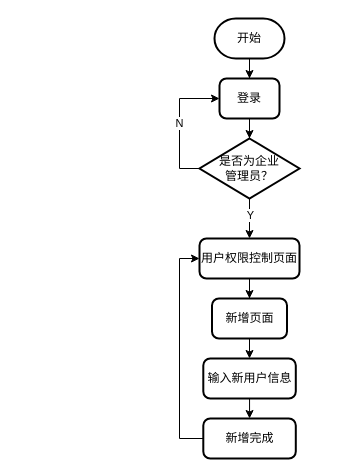
ppp-203/ppp-203 keeps this draw.io diagram as liucheng1.drawio. Above is the earlier version. Source tidied: cells renumbered, new cells numbered last; positions are measured from the earlier drawing's top-left corner, leaving out a move shared by most shapes. Both pictures are drawn from the tidied source at 100%, with x=0, y=0 at pixel (199, 18).
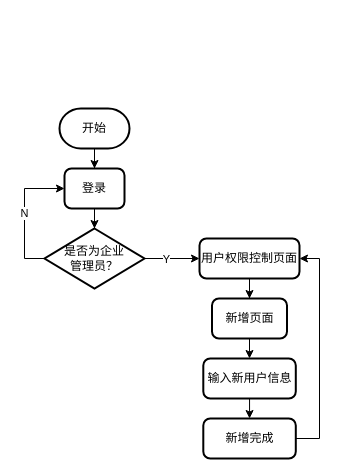
After the change.

Diff of the diagram source:
```diff
@@
 <mxGraphModel>
   <root>
     <mxCell id="0" />
     <mxCell id="1" parent="0" />
     <mxCell id="2" style="edgeStyle=orthogonalEdgeStyle;rounded=0;jettySize=auto;html=1;" parent="1" edge="1" source="3" target="5">
       <mxGeometry relative="1" as="geometry" />
     </mxCell>
     <mxCell id="3" value="开始" style="strokeWidth=2;html=1;shape=mxgraph.flowchart.terminator;whiteSpace=wrap;strokeColor=#000000;shadow=0;" parent="1" vertex="1">
-      <mxGeometry x="15" width="70" height="40" as="geometry" />
+      <mxGeometry x="-140" y="90" width="70" height="40" as="geometry" />
     </mxCell>
     <mxCell id="4" style="edgeStyle=orthogonalEdgeStyle;rounded=0;jettySize=auto;html=1;entryX=0.5;entryY=0;entryDx=0;entryDy=0;entryPerimeter=0;" parent="1" edge="1" source="5" target="9">
       <mxGeometry relative="1" as="geometry" />
     </mxCell>
     <mxCell id="5" value="登录" style="rounded=1;whiteSpace=wrap;html=1;absoluteArcSize=1;arcSize=14;strokeWidth=2;shadow=0;" parent="1" vertex="1">
-      <mxGeometry x="20" y="60" width="60" height="40" as="geometry" />
+      <mxGeometry x="-135" y="150" width="60" height="40" as="geometry" />
     </mxCell>
-    <mxCell id="6" style="edgeStyle=orthogonalEdgeStyle;rounded=0;jettySize=auto;html=1;entryX=0.5;entryY=0;entryDx=0;entryDy=0;" parent="1" edge="1" source="9" target="11">
+    <mxCell id="6" style="edgeStyle=orthogonalEdgeStyle;rounded=0;jettySize=auto;html=1;entryX=0;entryY=0.5;entryDx=0;entryDy=0;" parent="1" edge="1" source="9" target="11">
       <mxGeometry relative="1" as="geometry" />
     </mxCell>
     <mxCell id="7" value="Y" style="edgeLabel;html=1;align=center;verticalAlign=middle;" parent="6" vertex="1">
       <mxGeometry x="-0.22" relative="1" as="geometry" />
     </mxCell>
     <mxCell id="8" value="N" style="edgeStyle=orthogonalEdgeStyle;rounded=0;jettySize=auto;html=1;entryX=0;entryY=0.5;entryDx=0;entryDy=0;exitX=0;exitY=0.5;exitDx=0;exitDy=0;exitPerimeter=0;" parent="1" edge="1" source="9" target="5">
       <mxGeometry relative="1" as="geometry" />
     </mxCell>
     <mxCell id="9" value="是否为企业&lt;br&gt;管理员？" style="strokeWidth=2;html=1;shape=mxgraph.flowchart.decision;whiteSpace=wrap;shadow=0;" parent="1" vertex="1">
-      <mxGeometry y="120" width="100" height="60" as="geometry" />
+      <mxGeometry x="-155" y="210" width="100" height="60" as="geometry" />
     </mxCell>
     <mxCell id="10" style="edgeStyle=orthogonalEdgeStyle;rounded=0;jettySize=auto;html=1;entryX=0.5;entryY=0;entryDx=0;entryDy=0;" parent="1" edge="1" source="11" target="13">
       <mxGeometry relative="1" as="geometry" />
     </mxCell>
     <mxCell id="11" value="用户权限控制页面" style="rounded=1;whiteSpace=wrap;html=1;absoluteArcSize=1;arcSize=14;strokeWidth=2;shadow=0;" parent="1" vertex="1">
       <mxGeometry y="220" width="100" height="40" as="geometry" />
     </mxCell>
     <mxCell id="12" style="edgeStyle=orthogonalEdgeStyle;rounded=0;jettySize=auto;html=1;" parent="1" edge="1" source="13" target="15">
       <mxGeometry relative="1" as="geometry" />
     </mxCell>
     <mxCell id="13" value="新增页面" style="rounded=1;whiteSpace=wrap;html=1;absoluteArcSize=1;arcSize=14;strokeWidth=2;shadow=0;" parent="1" vertex="1">
       <mxGeometry x="12.5" y="280" width="75" height="40" as="geometry" />
     </mxCell>
     <mxCell id="14" style="edgeStyle=orthogonalEdgeStyle;rounded=0;jettySize=auto;html=1;exitX=0.5;exitY=1;exitDx=0;exitDy=0;entryX=0.5;entryY=0;entryDx=0;entryDy=0;" parent="1" edge="1" source="15" target="17">
       <mxGeometry relative="1" as="geometry" />
     </mxCell>
     <mxCell id="15" value="输入新用户信息" style="rounded=1;whiteSpace=wrap;html=1;absoluteArcSize=1;arcSize=14;strokeWidth=2;shadow=0;" parent="1" vertex="1">
       <mxGeometry x="3.8" y="340" width="92.5" height="40" as="geometry" />
     </mxCell>
-    <mxCell id="16" style="edgeStyle=orthogonalEdgeStyle;rounded=0;jettySize=auto;html=1;entryX=0;entryY=0.5;entryDx=0;entryDy=0;exitX=0;exitY=0.5;exitDx=0;exitDy=0;" parent="1" edge="1" source="17" target="11">
-      <mxGeometry relative="1" as="geometry" />
+    <mxCell id="16" style="edgeStyle=orthogonalEdgeStyle;rounded=0;jettySize=auto;html=1;entryX=1;entryY=0.5;entryDx=0;entryDy=0;" parent="1" edge="1" source="17" target="11">
+      <mxGeometry relative="1" as="geometry">
+        <Array as="points">
+          <mxPoint x="120" y="420" />
+          <mxPoint x="120" y="240" />
+        </Array>
+      </mxGeometry>
     </mxCell>
     <mxCell id="17" value="新增完成" style="rounded=1;whiteSpace=wrap;html=1;absoluteArcSize=1;arcSize=14;strokeWidth=2;shadow=0;" parent="1" vertex="1">
       <mxGeometry x="3.8" y="400" width="92.5" height="40" as="geometry" />
     </mxCell>
   </root>
 </mxGraphModel>
```
